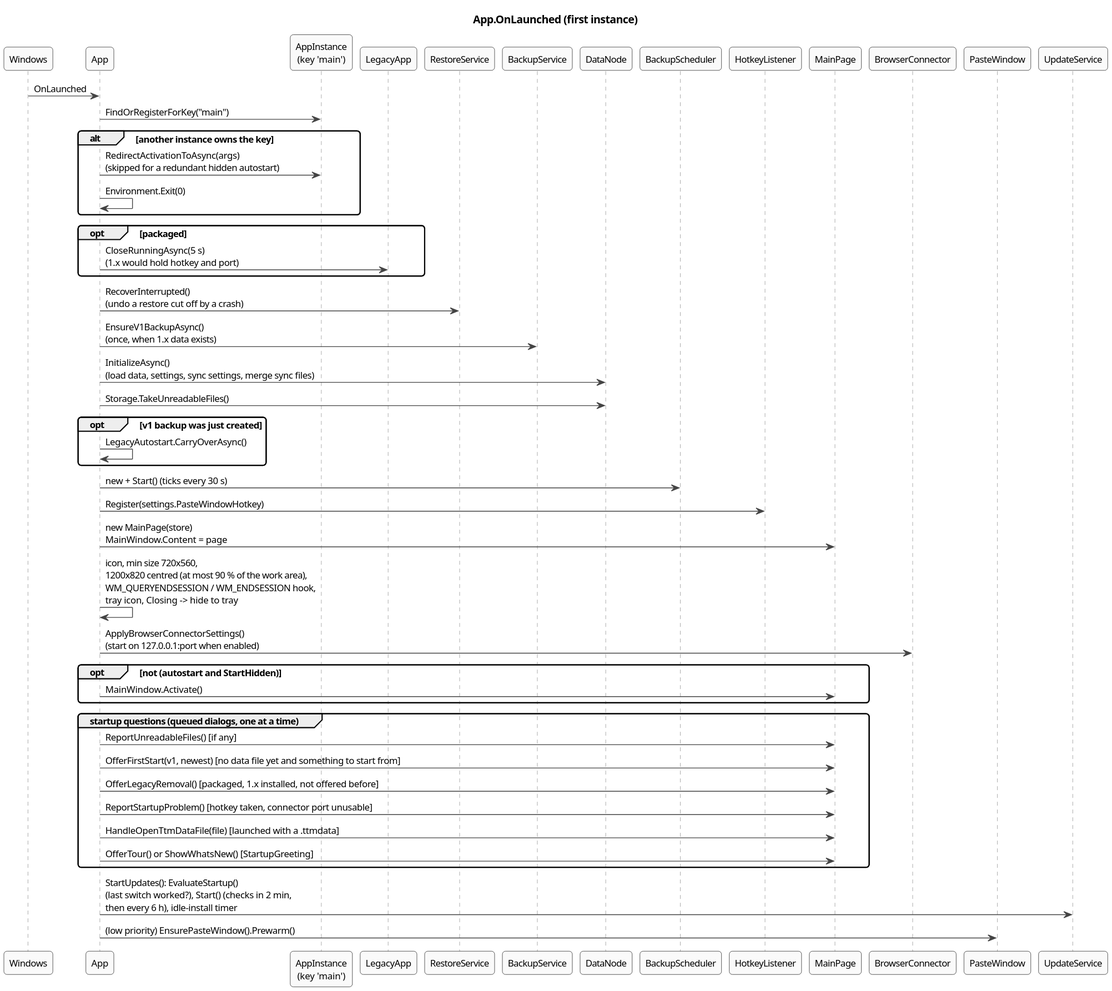
Above: docs/architecture/diagrams/seq-app-launch.svg in halatsWol/TextTemplateManager-v2 (PlantUML), before the change.
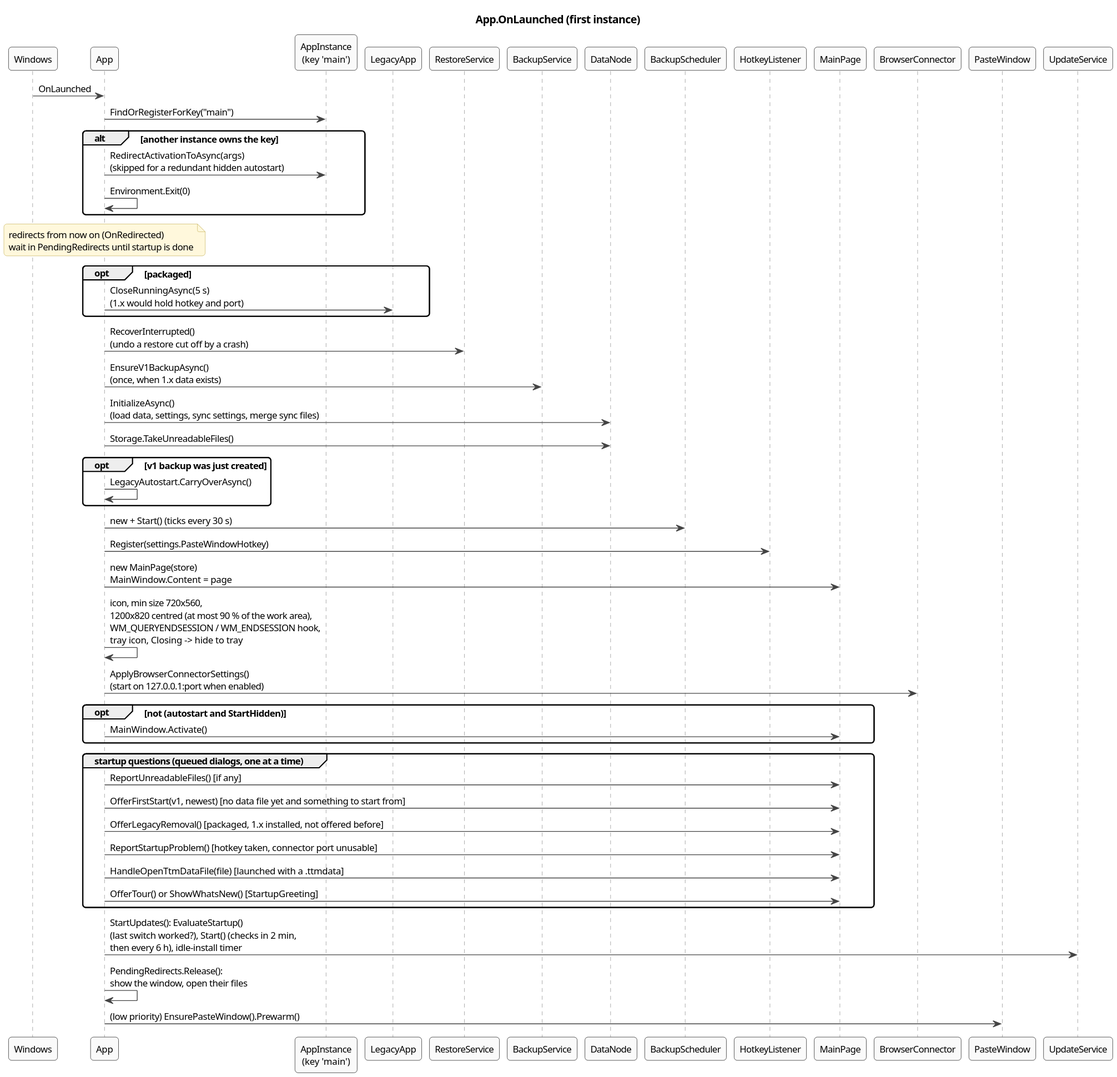
The same file after the commit.

Commit message:
startup: hold redirected launches until the window exists

Change to the diagram source:
```diff
@@ -22,6 +22,7 @@
   App -> Instance : RedirectActivationToAsync(args)\n(skipped for a redundant hidden autostart)
   App -> App : Environment.Exit(0)
 end
+note over App : redirects from now on (OnRedirected)\nwait in PendingRedirects until startup is done
 opt packaged
   App -> LegacyApp : CloseRunningAsync(5 s)\n(1.x would hold hotkey and port)
 end
@@ -49,5 +50,6 @@
   App -> MainPage : OfferTour() or ShowWhatsNew()  [StartupGreeting]
 end
 App -> UpdateService : StartUpdates(): EvaluateStartup()\n(last switch worked?), Start() (checks in 2 min,\nthen every 6 h), idle-install timer
+App -> App : PendingRedirects.Release():\nshow the window, open their files
 App -> PasteWindow : (low priority) EnsurePasteWindow().Prewarm()
 @enduml
```
